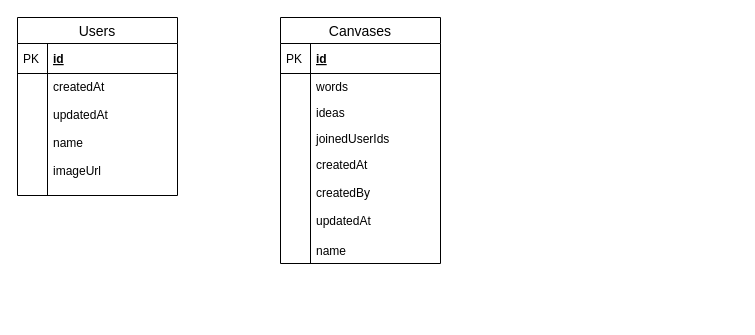
Above: src/firebase/DbRelation.drawio in kkhs0603/create-ideas (draw.io), before the change. Source tidied: cells renumbered, new cells numbered last; positions are measured from the earlier drawing's top-left corner, leaving out a move shared by most shapes. Both pictures are drawn from the tidied source at 100%, with x=0, y=0 at pixel (17, 17).
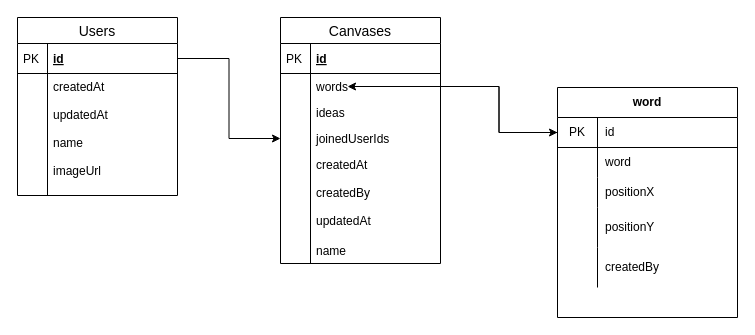
After the change.

The change refers to these unchanged cells:
```xml
<mxCell id="5" value="words" style="shape=partialRectangle;top=0;left=0;right=0;bottom=0;align=left;verticalAlign=top;fillColor=none;spacingLeft=34;spacingRight=4;overflow=hidden;points=[[0,0.5],[1,0.5]];portConstraint=eastwest;fontSize=12;" parent="2" vertex="1">
  <mxGeometry y="56" width="160" height="26" as="geometry" />
</mxCell>
<mxCell id="9" value="joinedUserIds" style="shape=partialRectangle;top=0;left=0;right=0;bottom=0;align=left;verticalAlign=top;fillColor=none;spacingLeft=34;spacingRight=4;overflow=hidden;points=[[0,0.5],[1,0.5]];portConstraint=eastwest;fontSize=12;" parent="2" vertex="1">
  <mxGeometry y="108" width="160" height="26" as="geometry" />
</mxCell>
<mxCell id="18" value="id" style="shape=partialRectangle;top=0;left=0;right=0;bottom=1;align=left;verticalAlign=middle;fillColor=none;spacingLeft=34;spacingRight=4;overflow=hidden;points=[[0,0.5],[1,0.5]];portConstraint=eastwest;fontStyle=5;fontSize=12;" parent="17" vertex="1">
  <mxGeometry y="26" width="160" height="30" as="geometry" />
</mxCell>
```

What changed in the source:
```diff
@@
+    <mxCell id="22" style="edgeStyle=orthogonalEdgeStyle;rounded=0;jettySize=auto;html=1;exitX=1;exitY=0.5;exitDx=0;exitDy=0;entryX=0;entryY=0.5;entryDx=0;entryDy=0;" parent="1" edge="1" source="18" target="9">
+      <mxGeometry relative="1" as="geometry" />
+    </mxCell>
+    <mxCell id="23" style="edgeStyle=orthogonalEdgeStyle;rounded=0;jettySize=auto;html=1;entryX=0;entryY=0.5;entryDx=0;entryDy=0;" parent="1" edge="1" source="5" target="25">
+      <mxGeometry relative="1" as="geometry" />
+    </mxCell>
+    <mxCell id="24" value="word" style="shape=table;html=1;whiteSpace=wrap;startSize=30;childLayout=tableLayout;rowLines=0;fontStyle=1;align=center;" parent="1" vertex="1">
+      <mxGeometry x="540" y="70" width="180" height="230" as="geometry" />
+    </mxCell>
+    <mxCell id="25" style="shape=partialRectangle;html=1;whiteSpace=wrap;fillColor=none;top=0;left=0;bottom=1;right=0;points=[[0,0.5],[1,0.5]];portConstraint=eastwest;" parent="24" vertex="1">
+      <mxGeometry y="30" width="180" height="30" as="geometry" />
+    </mxCell>
+    <mxCell id="26" value="PK" style="shape=partialRectangle;html=1;whiteSpace=wrap;fillColor=none;top=0;left=0;bottom=0;right=0;overflow=hidden;" parent="25" vertex="1">
+      <mxGeometry width="40" height="30" as="geometry" />
+    </mxCell>
+    <mxCell id="27" value="id" style="shape=partialRectangle;html=1;whiteSpace=wrap;fillColor=none;top=0;left=0;bottom=0;right=0;align=left;spacingLeft=6;overflow=hidden;" parent="25" vertex="1">
+      <mxGeometry x="40" width="140" height="30" as="geometry" />
+    </mxCell>
+    <mxCell id="28" style="shape=partialRectangle;html=1;whiteSpace=wrap;fillColor=none;top=0;left=0;bottom=0;right=0;" parent="24" vertex="1">
+      <mxGeometry y="60" width="180" height="30" as="geometry" />
+    </mxCell>
+    <mxCell id="29" style="shape=partialRectangle;html=1;whiteSpace=wrap;fillColor=none;top=0;left=0;bottom=0;right=0;overflow=hidden;" parent="28" vertex="1">
+      <mxGeometry width="40" height="30" as="geometry" />
+    </mxCell>
+    <mxCell id="30" value="word" style="shape=partialRectangle;html=1;whiteSpace=wrap;fillColor=none;top=0;left=0;bottom=0;right=0;align=left;spacingLeft=6;overflow=hidden;" parent="28" vertex="1">
+      <mxGeometry x="40" width="140" height="30" as="geometry" />
+    </mxCell>
+    <mxCell id="31" style="shape=partialRectangle;html=1;whiteSpace=wrap;fillColor=none;top=0;left=0;bottom=0;right=0;" parent="24" vertex="1">
+      <mxGeometry y="90" width="180" height="30" as="geometry" />
+    </mxCell>
+    <mxCell id="32" style="shape=partialRectangle;html=1;whiteSpace=wrap;fillColor=none;top=0;left=0;bottom=0;right=0;overflow=hidden;" parent="31" vertex="1">
+      <mxGeometry width="40" height="30" as="geometry" />
+    </mxCell>
+    <mxCell id="33" value="positionX" style="shape=partialRectangle;html=1;whiteSpace=wrap;fillColor=none;top=0;left=0;bottom=0;right=0;align=left;spacingLeft=6;overflow=hidden;" parent="31" vertex="1">
+      <mxGeometry x="40" width="140" height="30" as="geometry" />
+    </mxCell>
+    <mxCell id="34" style="shape=partialRectangle;html=1;whiteSpace=wrap;fillColor=none;top=0;left=0;bottom=0;right=0;" parent="24" vertex="1">
+      <mxGeometry y="120" width="180" height="40" as="geometry" />
+    </mxCell>
+    <mxCell id="35" style="shape=partialRectangle;html=1;whiteSpace=wrap;fillColor=none;top=0;left=0;bottom=0;right=0;overflow=hidden;" parent="34" vertex="1">
+      <mxGeometry width="40" height="40" as="geometry" />
+    </mxCell>
+    <mxCell id="36" value="positionY" style="shape=partialRectangle;html=1;whiteSpace=wrap;fillColor=none;top=0;left=0;bottom=0;right=0;align=left;spacingLeft=6;overflow=hidden;" parent="34" vertex="1">
+      <mxGeometry x="40" width="140" height="40" as="geometry" />
+    </mxCell>
+    <mxCell id="37" style="shape=partialRectangle;html=1;whiteSpace=wrap;fillColor=none;top=0;left=0;bottom=0;right=0;" parent="24" vertex="1">
+      <mxGeometry y="160" width="180" height="40" as="geometry" />
+    </mxCell>
+    <mxCell id="38" style="shape=partialRectangle;html=1;whiteSpace=wrap;fillColor=none;top=0;left=0;bottom=0;right=0;overflow=hidden;" parent="37" vertex="1">
+      <mxGeometry width="40" height="40" as="geometry" />
+    </mxCell>
+    <mxCell id="39" value="createdBy" style="shape=partialRectangle;html=1;whiteSpace=wrap;fillColor=none;top=0;left=0;bottom=0;right=0;align=left;spacingLeft=6;overflow=hidden;" parent="37" vertex="1">
+      <mxGeometry x="40" width="140" height="40" as="geometry" />
+    </mxCell>
+    <mxCell id="40" style="edgeStyle=orthogonalEdgeStyle;rounded=0;jettySize=auto;html=1;exitX=0;exitY=0.5;exitDx=0;exitDy=0;entryX=0.419;entryY=0.5;entryDx=0;entryDy=0;entryPerimeter=0;" parent="1" edge="1" source="25" target="5">
+      <mxGeometry relative="1" as="geometry" />
+    </mxCell>
```
